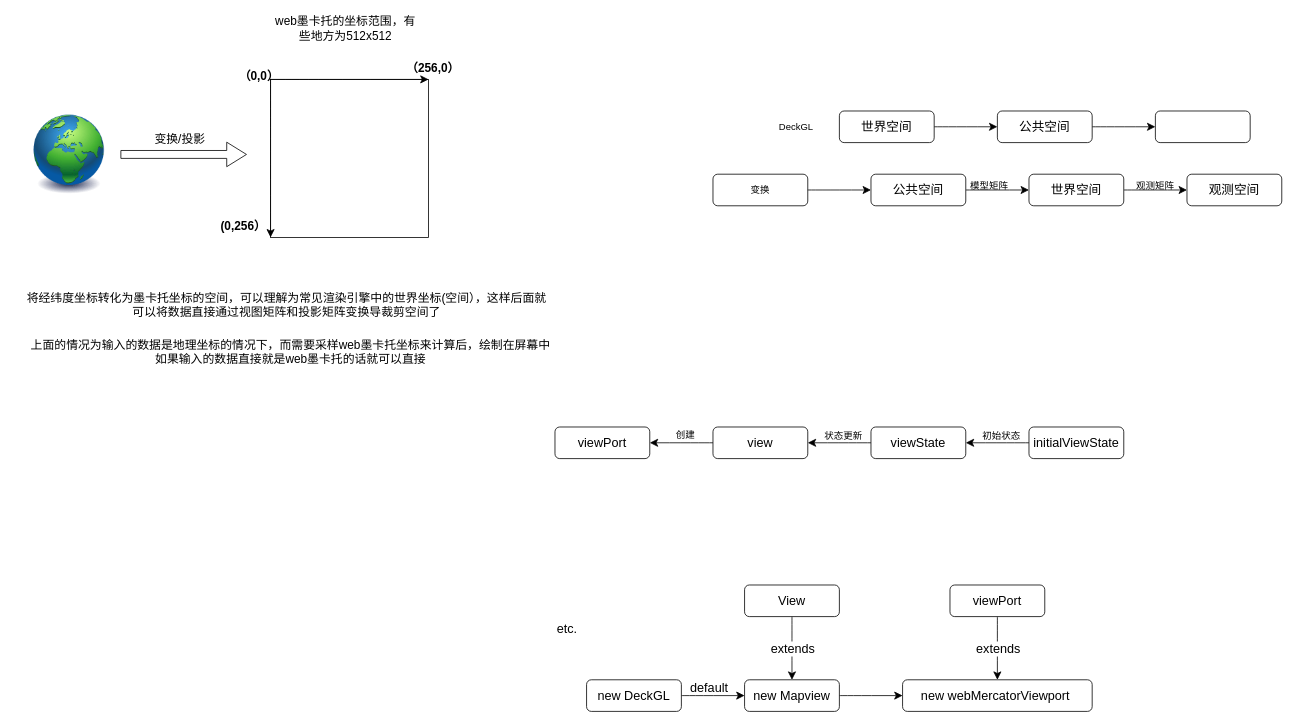
The draw.io diagram DeckGL.drawio in bigbigbig2/mind-map, before the edit. Source tidied: cells renumbered, new cells numbered last; positions are measured from the earlier drawing's top-left corner, leaving out a move shared by most shapes. Both pictures are drawn from the tidied source at 79%, with x=0, y=0 at pixel (13, 16).
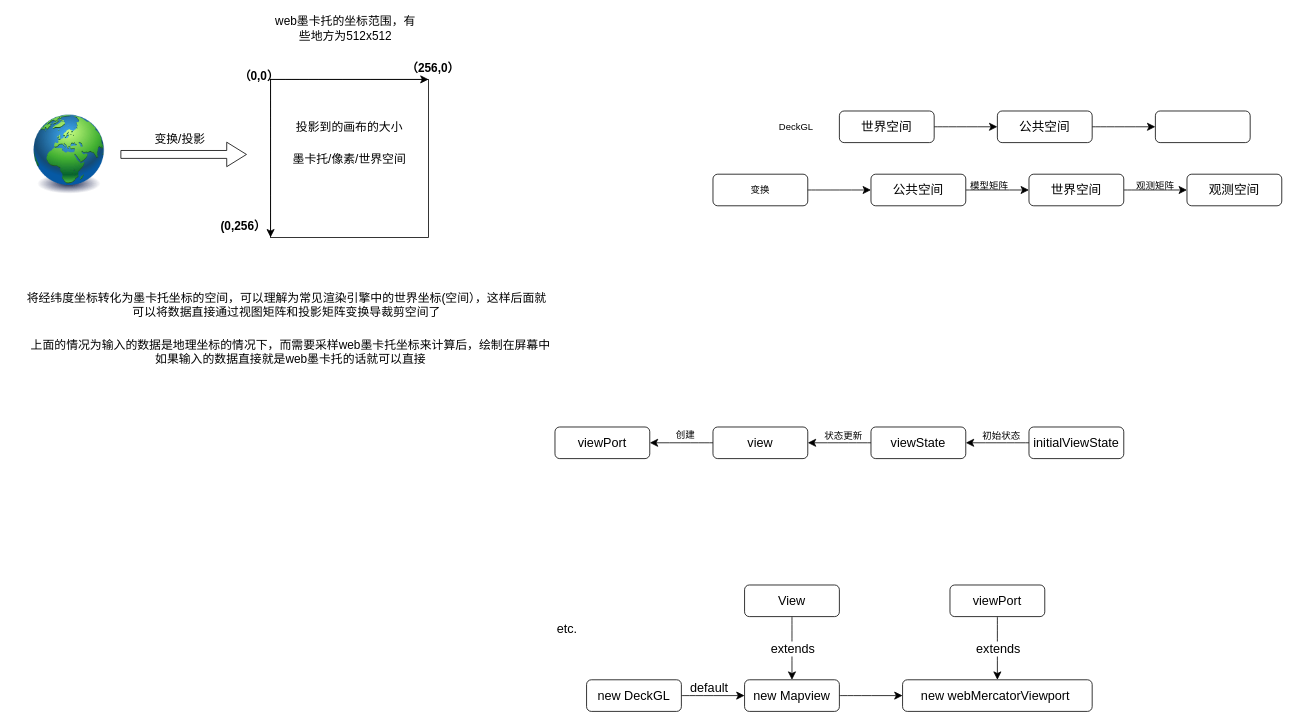
The same diagram, later.

What changed in the source:
```diff
@@
-    <mxCell id="2" style="whiteSpace=wrap;html=1;fontSize=15;" parent="1" vertex="1">
+    <mxCell id="2" value="墨卡托/像素/世界空间" style="whiteSpace=wrap;html=1;fontSize=15;" parent="1" vertex="1">
       <mxGeometry x="325" y="80" width="200" height="200" as="geometry" />
     </mxCell>
@@
+    <mxCell id="52" value="投影到的画布的大小" style="text;html=1;strokeColor=none;fillColor=none;align=center;verticalAlign=middle;whiteSpace=wrap;rounded=0;fontSize=15;" parent="1" vertex="1">
+      <mxGeometry x="350" y="132.5" width="150" height="15" as="geometry" />
+    </mxCell>
```
